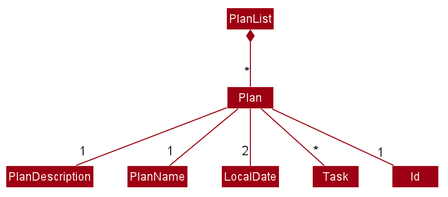
This is docs/images/plan/PlanClassDiagram.png from nus-cs2103-AY1920S1/addressbook-level3, a PlantUML export, as it was before one commit.
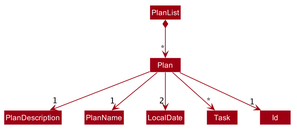
After the commit.

The edit, as a diff of the source:
```diff
@@ -1,4 +1,5 @@
 @startuml
+
 
 
 
@@ -91,11 +92,11 @@
 class Task
 class Id
 
-Plan --"1" Id
-Plan --"1" PlanName
-Plan --"1" PlanDescription
-Plan --"2" LocalDate
-Plan --"*" Task
-PlanList *--"*" Plan
+Plan -->"1" Id
+Plan -->"1" PlanName
+Plan -->"1" PlanDescription
+Plan -->"2" LocalDate
+Plan -->"*" Task
+PlanList *-->"*" Plan
 
 @enduml
```
